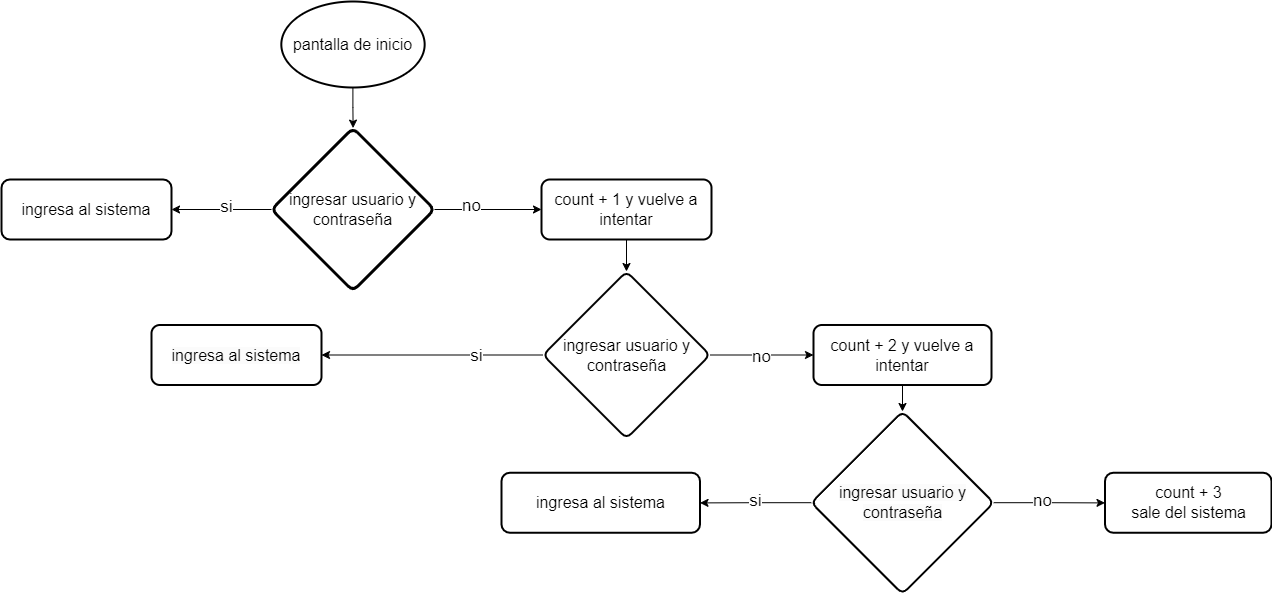
cuerojr/tp-1-ayed keeps this draw.io diagram as Diagrama sin título.drawio.png. Above is the earlier version. Source tidied: cells renumbered, new cells last; positions are measured from the earlier drawing's top-left corner, leaving out a move shared by most shapes.
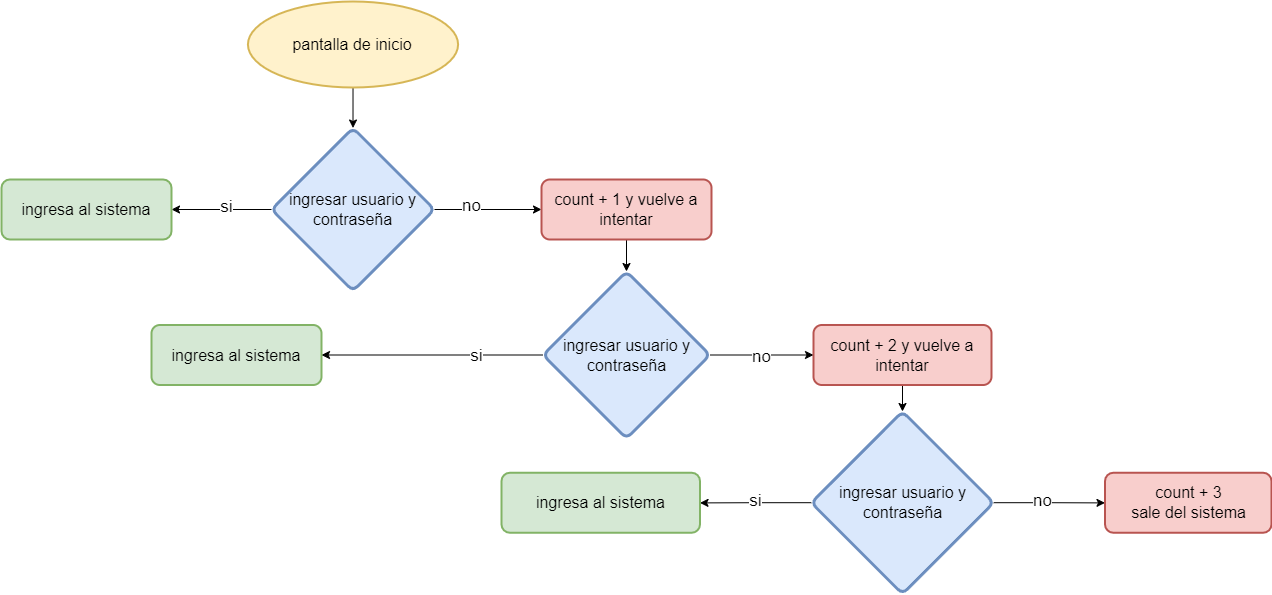
The same diagram one commit later.

The edit, as a diff of the source:
```diff
@@ -14,16 +14,16 @@
     <mxCell id="5" value="no" style="edgeLabel;html=1;align=center;verticalAlign=middle;fontSize=17;" parent="4" vertex="1">
       <mxGeometry x="-0.32" y="4" relative="1" as="geometry" />
     </mxCell>
-    <mxCell id="6" value="&lt;font style=&quot;font-size: 16px;&quot;&gt;ingresar usuario y contraseña&lt;/font&gt;" style="rhombus;whiteSpace=wrap;html=1;rounded=1;arcSize=14;strokeWidth=3;" parent="1" vertex="1">
+    <mxCell id="6" value="&lt;font style=&quot;font-size: 16px;&quot;&gt;ingresar usuario y contraseña&lt;/font&gt;" style="rhombus;whiteSpace=wrap;html=1;rounded=1;arcSize=14;strokeWidth=3;strokeColor=#6c8ebf;fillColor=#dae8fc;" parent="1" vertex="1">
       <mxGeometry x="270" y="126.5" width="163" height="163" as="geometry" />
     </mxCell>
-    <mxCell id="7" value="&lt;font style=&quot;font-size: 16px;&quot;&gt;ingresa al sistema&lt;/font&gt;" style="whiteSpace=wrap;html=1;rounded=1;arcSize=14;strokeWidth=2;" parent="1" vertex="1">
+    <mxCell id="7" value="&lt;font style=&quot;font-size: 16px;&quot;&gt;ingresa al sistema&lt;/font&gt;" style="whiteSpace=wrap;html=1;rounded=1;arcSize=14;strokeWidth=2;fillColor=#d5e8d4;strokeColor=#82b366;" parent="1" vertex="1">
       <mxGeometry y="178" width="170" height="60" as="geometry" />
     </mxCell>
     <mxCell id="8" style="edgeStyle=orthogonalEdgeStyle;rounded=0;jettySize=auto;html=1;" parent="1" edge="1" source="9" target="14">
       <mxGeometry relative="1" as="geometry" />
     </mxCell>
-    <mxCell id="9" value="&lt;font style=&quot;font-size: 16px;&quot;&gt;count + 1 y vuelve a intentar&lt;/font&gt;" style="whiteSpace=wrap;html=1;rounded=1;arcSize=14;strokeWidth=2;" parent="1" vertex="1">
+    <mxCell id="9" value="&lt;font style=&quot;font-size: 16px;&quot;&gt;count + 1 y vuelve a intentar&lt;/font&gt;" style="whiteSpace=wrap;html=1;rounded=1;arcSize=14;strokeWidth=2;fillColor=#f8cecc;strokeColor=#b85450;" parent="1" vertex="1">
       <mxGeometry x="540" y="178" width="170" height="60" as="geometry" />
     </mxCell>
     <mxCell id="10" style="edgeStyle=orthogonalEdgeStyle;rounded=0;jettySize=auto;html=1;" parent="1" edge="1" source="14" target="15">
@@ -38,16 +38,16 @@
     <mxCell id="13" value="&lt;font style=&quot;font-size: 17px;&quot;&gt;no&lt;/font&gt;" style="edgeLabel;html=1;align=center;verticalAlign=middle;" parent="12" vertex="1">
       <mxGeometry x="-0.03" y="-1" relative="1" as="geometry" />
     </mxCell>
-    <mxCell id="14" value="&lt;span style=&quot;font-size: 16px;&quot;&gt;ingresar usuario y contraseña&lt;/span&gt;" style="rhombus;whiteSpace=wrap;html=1;rounded=1;arcSize=14;strokeWidth=2;" parent="1" vertex="1">
+    <mxCell id="14" value="&lt;span style=&quot;font-size: 16px;&quot;&gt;ingresar usuario y contraseña&lt;/span&gt;" style="rhombus;whiteSpace=wrap;html=1;rounded=1;arcSize=14;strokeWidth=3;strokeColor=#6c8ebf;fillColor=#dae8fc;" parent="1" vertex="1">
       <mxGeometry x="541.5" y="270" width="167" height="167" as="geometry" />
     </mxCell>
-    <mxCell id="15" value="&lt;span style=&quot;color: rgb(0, 0, 0); font-family: Helvetica; font-size: 16px; font-style: normal; font-variant-ligatures: normal; font-variant-caps: normal; font-weight: 400; letter-spacing: normal; orphans: 2; text-align: center; text-indent: 0px; text-transform: none; widows: 2; word-spacing: 0px; -webkit-text-stroke-width: 0px; white-space: normal; background-color: rgb(251, 251, 251); text-decoration-thickness: initial; text-decoration-style: initial; text-decoration-color: initial; display: inline !important; float: none;&quot;&gt;ingresa al sistema&lt;/span&gt;" style="whiteSpace=wrap;html=1;rounded=1;arcSize=14;strokeWidth=2;" parent="1" vertex="1">
+    <mxCell id="15" value="&lt;span style=&quot;color: rgb(0, 0, 0); font-family: Helvetica; font-size: 16px; font-style: normal; font-variant-ligatures: normal; font-variant-caps: normal; font-weight: 400; letter-spacing: normal; orphans: 2; text-align: center; text-indent: 0px; text-transform: none; widows: 2; word-spacing: 0px; -webkit-text-stroke-width: 0px; white-space: normal; text-decoration-thickness: initial; text-decoration-style: initial; text-decoration-color: initial; float: none; display: inline !important;&quot;&gt;ingresa al sistema&lt;/span&gt;" style="whiteSpace=wrap;html=1;rounded=1;arcSize=14;strokeWidth=2;fillColor=#d5e8d4;strokeColor=#82b366;" parent="1" vertex="1">
       <mxGeometry x="150" y="323.5" width="170" height="60" as="geometry" />
     </mxCell>
     <mxCell id="16" style="edgeStyle=orthogonalEdgeStyle;rounded=0;jettySize=auto;html=1;" parent="1" edge="1" source="17" target="22">
       <mxGeometry relative="1" as="geometry" />
     </mxCell>
-    <mxCell id="17" value="&lt;span style=&quot;font-size: 16px;&quot;&gt;count + 2 y vuelve a intentar&lt;/span&gt;" style="whiteSpace=wrap;html=1;rounded=1;arcSize=14;strokeWidth=2;" parent="1" vertex="1">
+    <mxCell id="17" value="&lt;span style=&quot;font-size: 16px;&quot;&gt;count + 2 y vuelve a intentar&lt;/span&gt;" style="whiteSpace=wrap;html=1;rounded=1;arcSize=14;strokeWidth=2;fillColor=#f8cecc;strokeColor=#b85450;" parent="1" vertex="1">
       <mxGeometry x="812" y="323.5" width="178" height="60" as="geometry" />
     </mxCell>
     <mxCell id="18" style="edgeStyle=orthogonalEdgeStyle;rounded=0;jettySize=auto;html=1;" parent="1" edge="1" source="22" target="23">
@@ -64,20 +64,20 @@
     <mxCell id="21" value="&lt;font style=&quot;font-size: 17px;&quot;&gt;no&lt;/font&gt;" style="edgeLabel;html=1;align=center;verticalAlign=middle;" parent="20" vertex="1">
       <mxGeometry x="-0.15" y="2" relative="1" as="geometry" />
     </mxCell>
-    <mxCell id="22" value="&lt;span style=&quot;color: rgb(0, 0, 0); font-family: Helvetica; font-size: 16px; font-style: normal; font-variant-ligatures: normal; font-variant-caps: normal; font-weight: 400; letter-spacing: normal; orphans: 2; text-align: center; text-indent: 0px; text-transform: none; widows: 2; word-spacing: 0px; -webkit-text-stroke-width: 0px; white-space: normal; background-color: rgb(251, 251, 251); text-decoration-thickness: initial; text-decoration-style: initial; text-decoration-color: initial; display: inline !important; float: none;&quot;&gt;ingresar usuario y contraseña&lt;/span&gt;" style="rhombus;whiteSpace=wrap;html=1;rounded=1;arcSize=14;strokeWidth=2;" parent="1" vertex="1">
+    <mxCell id="22" value="&lt;span style=&quot;color: rgb(0, 0, 0); font-family: Helvetica; font-size: 16px; font-style: normal; font-variant-ligatures: normal; font-variant-caps: normal; font-weight: 400; letter-spacing: normal; orphans: 2; text-align: center; text-indent: 0px; text-transform: none; widows: 2; word-spacing: 0px; -webkit-text-stroke-width: 0px; white-space: normal; text-decoration-thickness: initial; text-decoration-style: initial; text-decoration-color: initial; float: none; display: inline !important;&quot;&gt;ingresar usuario y contraseña&lt;/span&gt;" style="rhombus;whiteSpace=wrap;html=1;rounded=1;arcSize=14;strokeWidth=3;strokeColor=#6c8ebf;fillColor=#dae8fc;" parent="1" vertex="1">
       <mxGeometry x="809.8" y="410" width="182.5" height="182.5" as="geometry" />
     </mxCell>
-    <mxCell id="23" value="&lt;span style=&quot;font-size: 16px;&quot;&gt;ingresa al sistema&lt;/span&gt;" style="whiteSpace=wrap;html=1;rounded=1;arcSize=14;strokeWidth=2;" parent="1" vertex="1">
+    <mxCell id="23" value="&lt;span style=&quot;font-size: 16px;&quot;&gt;ingresa al sistema&lt;/span&gt;" style="whiteSpace=wrap;html=1;rounded=1;arcSize=14;strokeWidth=2;fillColor=#d5e8d4;strokeColor=#82b366;" parent="1" vertex="1">
       <mxGeometry x="500" y="471.2" width="198.5" height="60" as="geometry" />
     </mxCell>
-    <mxCell id="24" value="&lt;div&gt;&lt;span style=&quot;font-size: 16px; background-color: initial;&quot;&gt;count + 3&lt;/span&gt;&lt;/div&gt;&lt;div&gt;&lt;span style=&quot;font-size: 16px;&quot;&gt;sale del sistema&lt;/span&gt;&lt;/div&gt;" style="whiteSpace=wrap;html=1;rounded=1;arcSize=14;strokeWidth=2;" parent="1" vertex="1">
+    <mxCell id="24" value="&lt;div&gt;&lt;span style=&quot;font-size: 16px; background-color: initial;&quot;&gt;count + 3&lt;/span&gt;&lt;/div&gt;&lt;div&gt;&lt;span style=&quot;font-size: 16px;&quot;&gt;sale del sistema&lt;/span&gt;&lt;/div&gt;" style="whiteSpace=wrap;html=1;rounded=1;arcSize=14;strokeWidth=2;fillColor=#f8cecc;strokeColor=#b85450;" parent="1" vertex="1">
       <mxGeometry x="1103.5" y="471.2" width="166.5" height="60" as="geometry" />
     </mxCell>
     <mxCell id="25" style="edgeStyle=orthogonalEdgeStyle;rounded=0;jettySize=auto;html=1;" parent="1" edge="1" source="26" target="6">
       <mxGeometry relative="1" as="geometry" />
     </mxCell>
-    <mxCell id="26" value="&lt;span style=&quot;font-size: 16px;&quot;&gt;pantalla de inicio&lt;/span&gt;" style="strokeWidth=2;html=1;shape=mxgraph.flowchart.start_1;whiteSpace=wrap;" parent="1" vertex="1">
-      <mxGeometry x="279.8" width="143.3" height="86" as="geometry" />
+    <mxCell id="26" value="&lt;span style=&quot;font-size: 16px;&quot;&gt;pantalla de inicio&lt;/span&gt;" style="strokeWidth=2;html=1;shape=mxgraph.flowchart.start_1;whiteSpace=wrap;fillColor=#fff2cc;strokeColor=#d6b656;" parent="1" vertex="1">
+      <mxGeometry x="246.4" width="210.2" height="86" as="geometry" />
     </mxCell>
   </root>
 </mxGraphModel>
```
